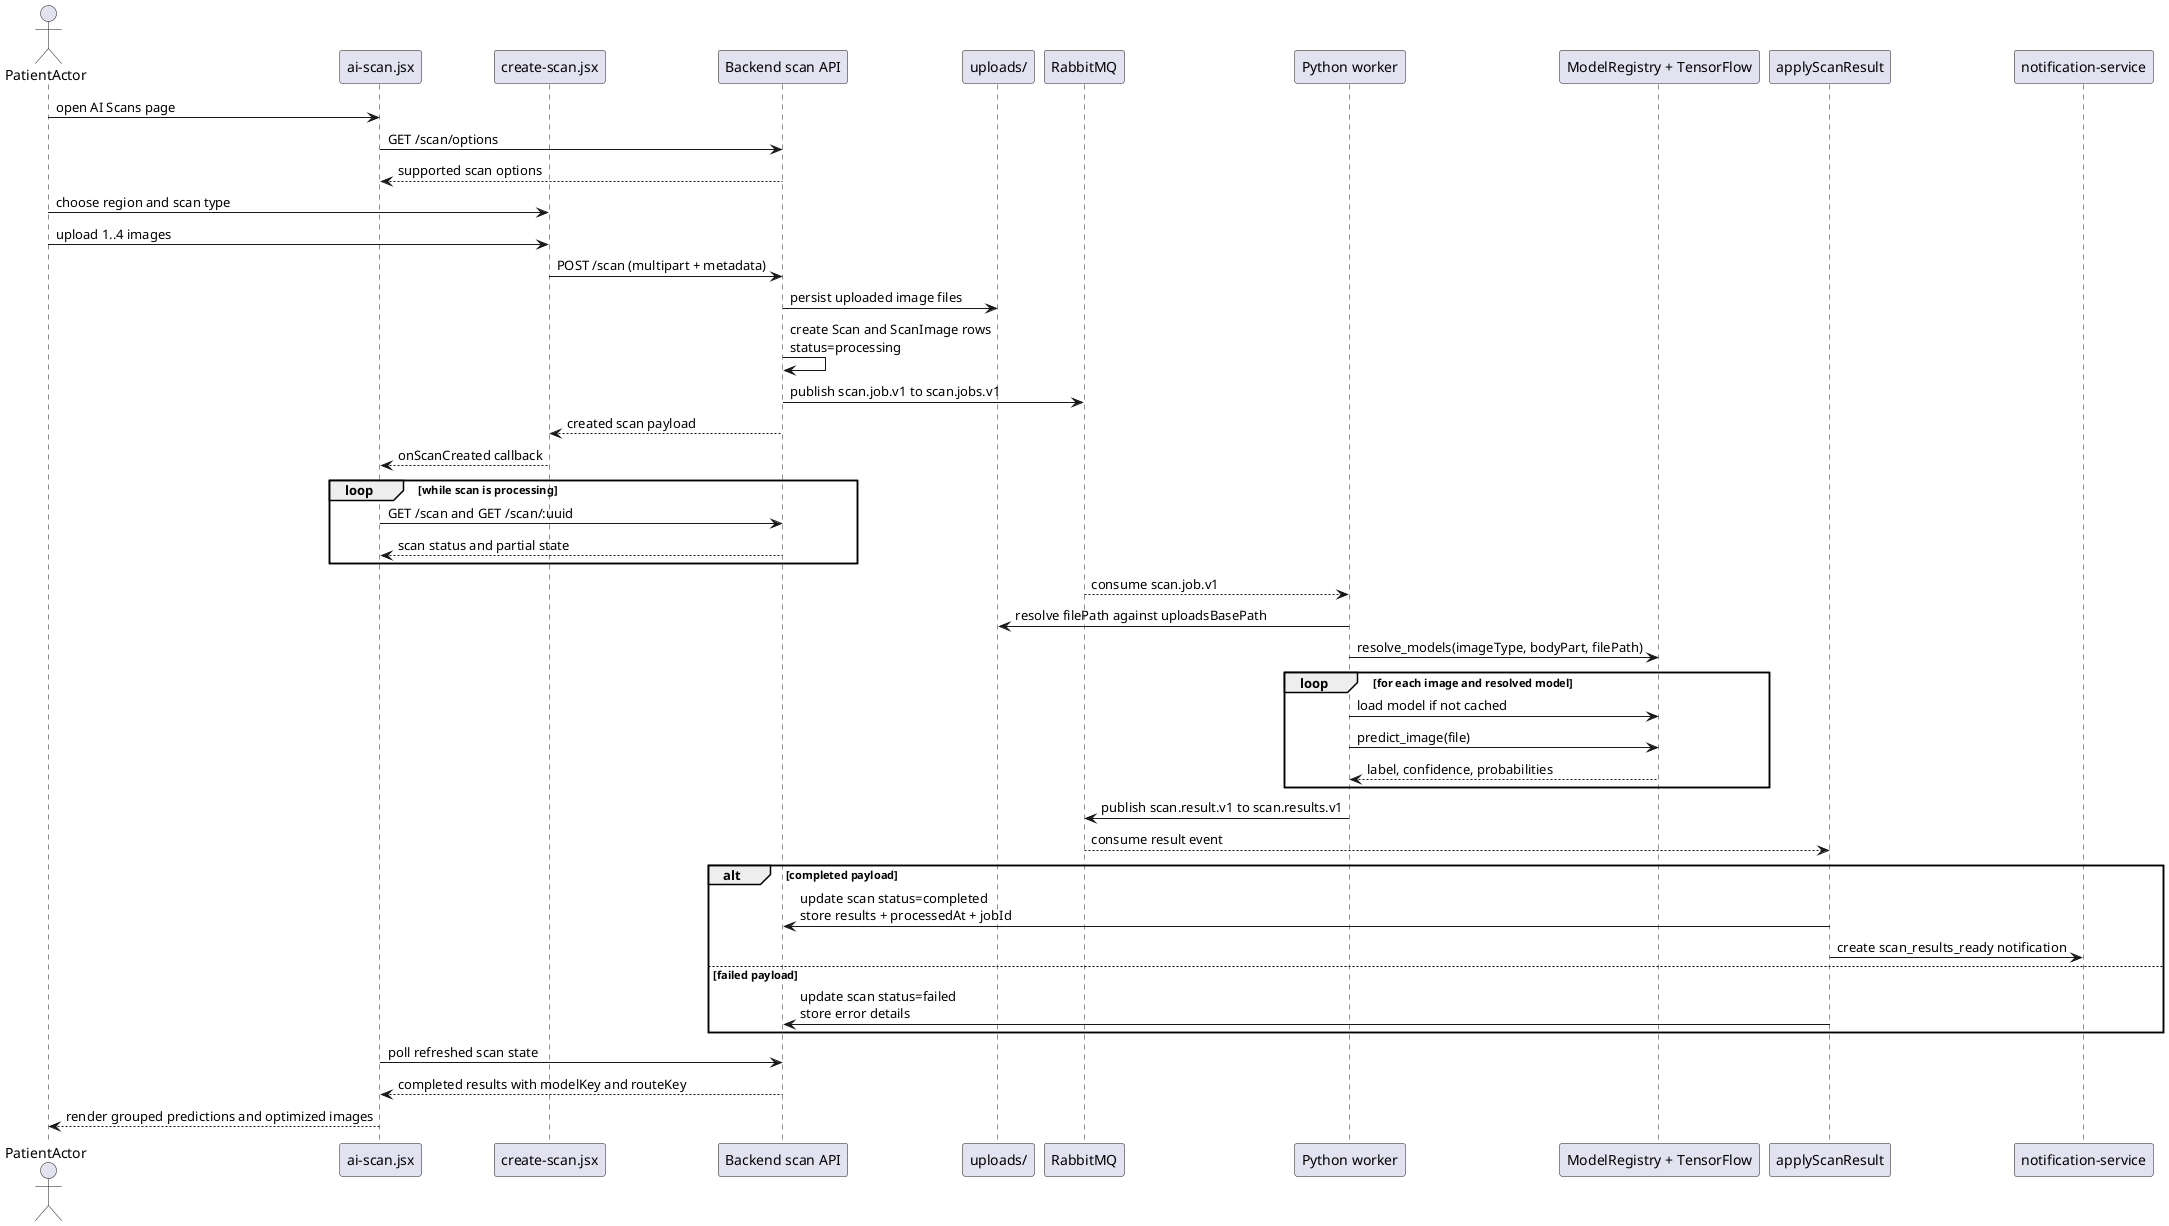
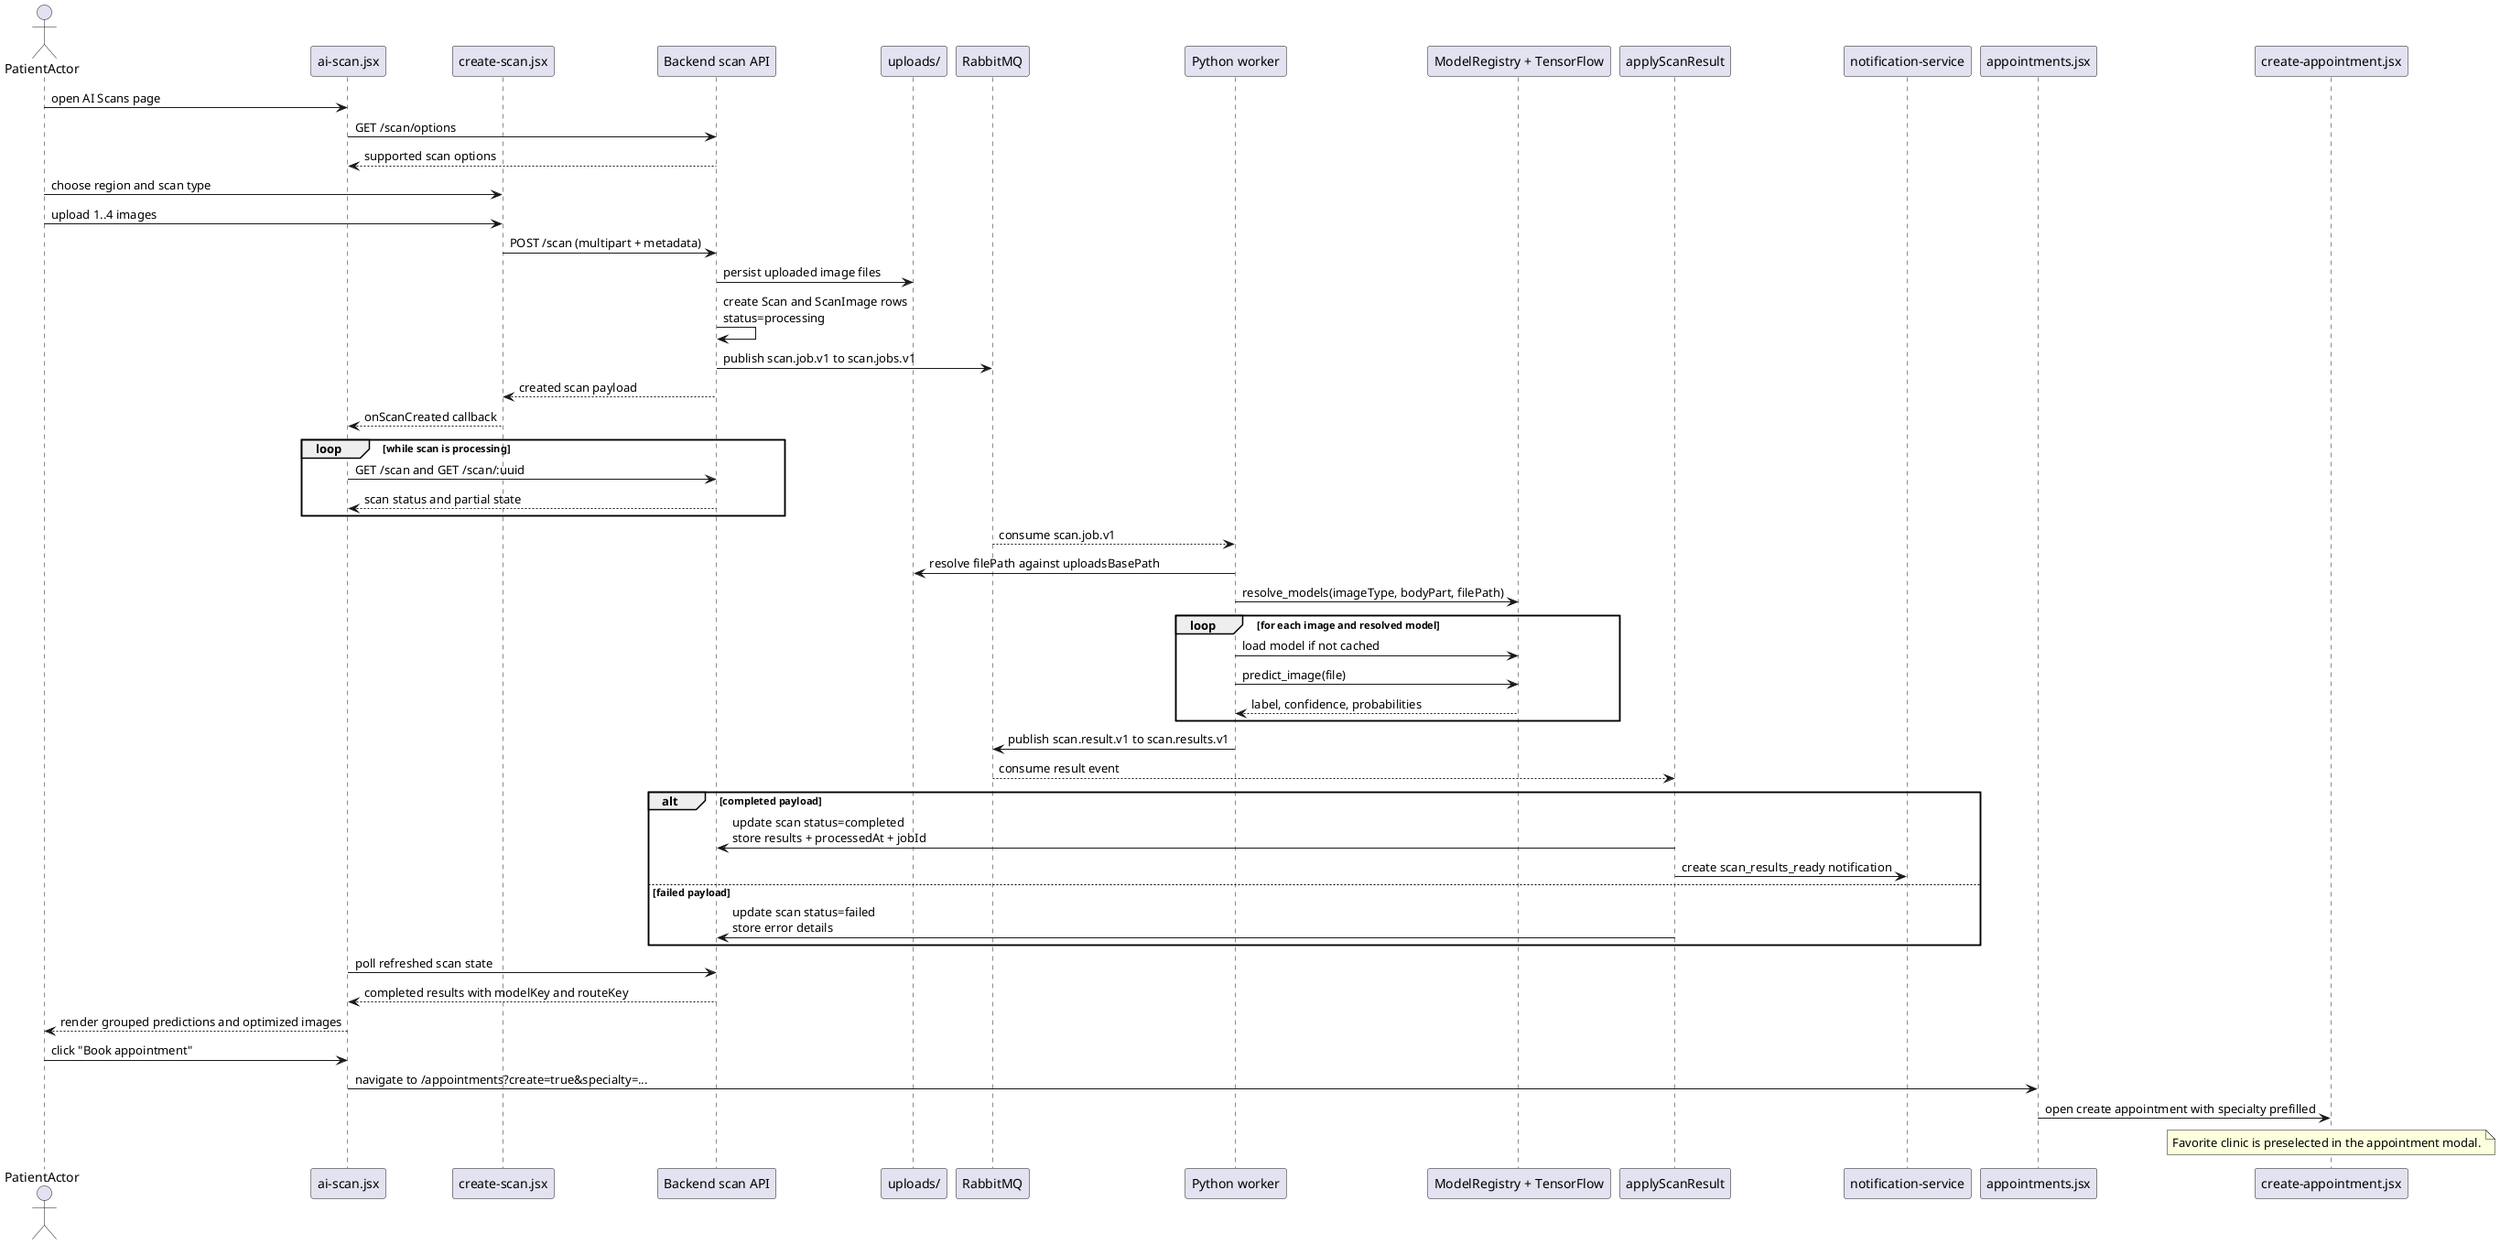
@startuml
actor PatientActor
participant "ai-scan.jsx" as ScanPage
participant "create-scan.jsx" as CreateModal
participant "Backend scan API" as API
participant "uploads/" as Storage
participant RabbitMQ as MQ
participant "Python worker" as Worker
participant "ModelRegistry + TensorFlow" as Models
participant applyScanResult as ResultService
participant "notification-service" as Notifications
+ participant "appointments.jsx" as AppointmentsPage
+ participant "create-appointment.jsx" as AppointmentModal

PatientActor -> ScanPage : open AI Scans page
ScanPage -> API : GET /scan/options
API --> ScanPage : supported scan options

PatientActor -> CreateModal : choose region and scan type
PatientActor -> CreateModal : upload 1..4 images
CreateModal -> API : POST /scan (multipart + metadata)
API -> Storage : persist uploaded image files
API -> API : create Scan and ScanImage rows\nstatus=processing
API -> MQ : publish scan.job.v1 to scan.jobs.v1
API --> CreateModal : created scan payload
CreateModal --> ScanPage : onScanCreated callback

loop while scan is processing
  ScanPage -> API : GET /scan and GET /scan/:uuid
  API --> ScanPage : scan status and partial state
end

MQ --> Worker : consume scan.job.v1
Worker -> Storage : resolve filePath against uploadsBasePath
Worker -> Models : resolve_models(imageType, bodyPart, filePath)

loop for each image and resolved model
  Worker -> Models : load model if not cached
  Worker -> Models : predict_image(file)
  Models --> Worker : label, confidence, probabilities
end

Worker -> MQ : publish scan.result.v1 to scan.results.v1
MQ --> ResultService : consume result event

alt completed payload
  ResultService -> API : update scan status=completed\nstore results + processedAt + jobId
  ResultService -> Notifications : create scan_results_ready notification
else failed payload
  ResultService -> API : update scan status=failed\nstore error details
end

ScanPage -> API : poll refreshed scan state
API --> ScanPage : completed results with modelKey and routeKey
ScanPage --> PatientActor : render grouped predictions and optimized images

+ PatientActor -> ScanPage : click "Book appointment"
+ ScanPage -> AppointmentsPage : navigate to /appointments?create=true&specialty=...
+ AppointmentsPage -> AppointmentModal : open create appointment with specialty prefilled
+ note over AppointmentModal
+   Favorite clinic is preselected in the appointment modal.
+ end note
+ 
@enduml